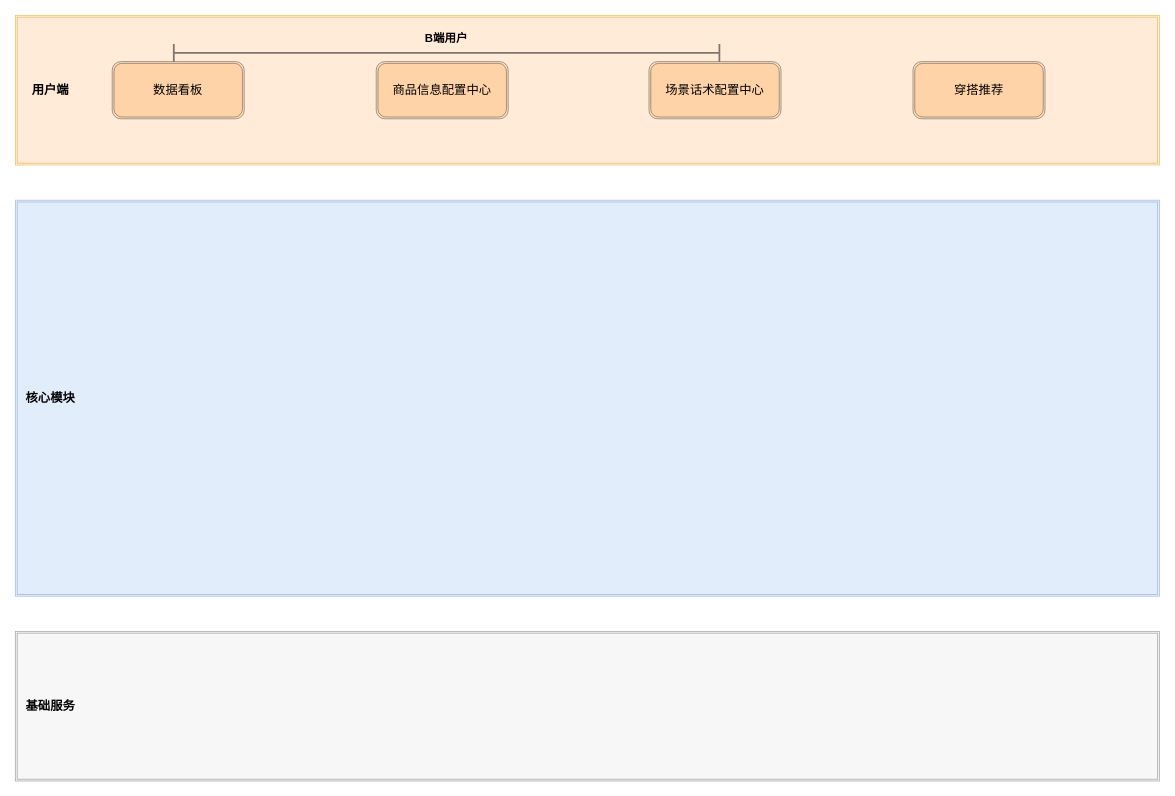
Before: leyan/推荐系统3.drawio in GeekKwok/UML, a draw.io diagram. Source tidied: cells renumbered, new cells numbered last; positions are measured from the earlier drawing's top-left corner, leaving out a move shared by most shapes. Both pictures are drawn from the tidied source at 88%, with x=0, y=0 at pixel (15, 15).
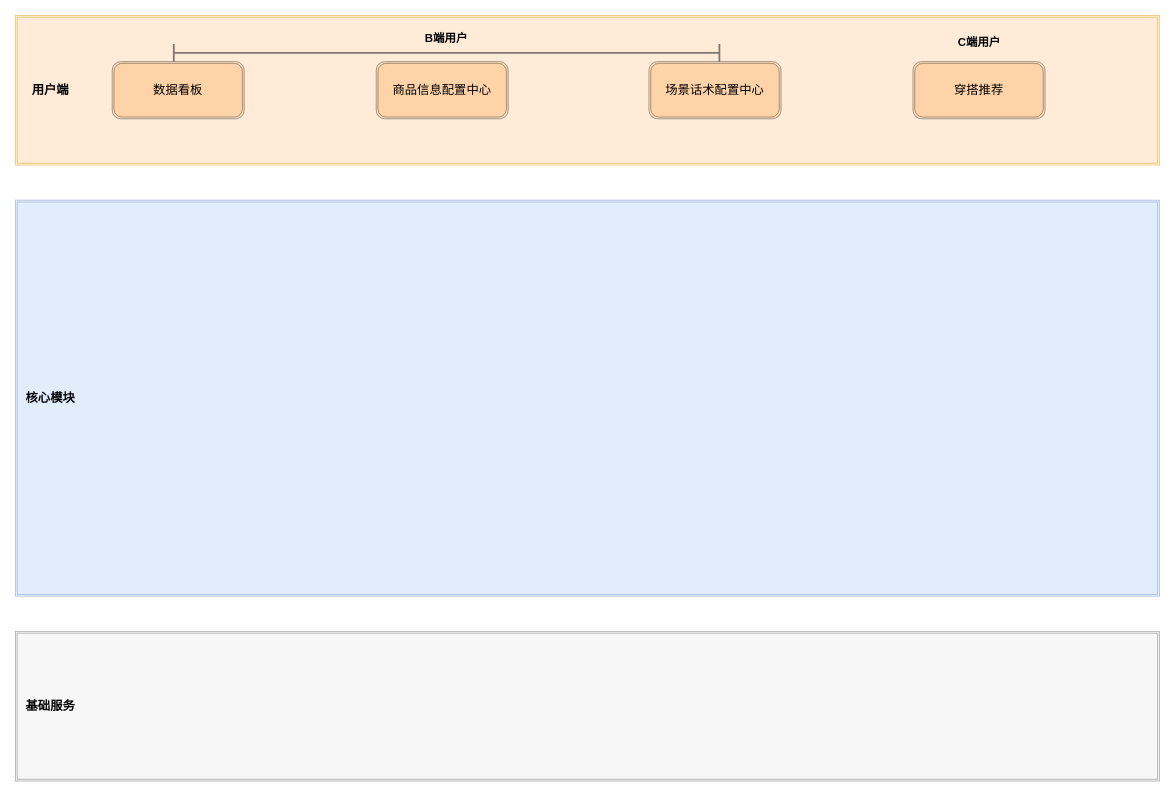
The same page after the edit.

Diff of the diagram source:
```diff
@@
 <mxGraphModel>
   <root>
     <mxCell id="0" />
     <mxCell id="1" parent="0" />
     <mxCell id="2" style="shape=ext;double=1;rounded=0;whiteSpace=wrap;html=1;fillColor=#ffe6cc;strokeColor=#d79b00;opacity=50;" parent="1" vertex="1">
       <mxGeometry width="1300" height="170" as="geometry" />
     </mxCell>
     <mxCell id="3" style="shape=ext;double=1;rounded=0;whiteSpace=wrap;html=1;fillColor=#dae8fc;strokeColor=#6c8ebf;opacity=50;" parent="1" vertex="1">
       <mxGeometry y="210" width="1300" height="450" as="geometry" />
     </mxCell>
     <mxCell id="4" style="shape=ext;double=1;rounded=0;whiteSpace=wrap;html=1;fillColor=#f5f5f5;strokeColor=#666666;opacity=50;fontColor=#333333;" parent="1" vertex="1">
       <mxGeometry y="700" width="1300" height="170" as="geometry" />
     </mxCell>
     <mxCell id="5" value="&lt;font style=&quot;font-size: 14px&quot;&gt;&lt;b&gt;用户端&lt;/b&gt;&lt;/font&gt;" style="text;html=1;strokeColor=none;fillColor=none;align=center;verticalAlign=middle;whiteSpace=wrap;rounded=0;opacity=50;" parent="1" vertex="1">
       <mxGeometry y="67.5" width="80" height="35" as="geometry" />
     </mxCell>
     <mxCell id="6" value="&lt;span style=&quot;font-size: 14px&quot;&gt;&lt;b&gt;核心模块&lt;/b&gt;&lt;/span&gt;" style="text;html=1;strokeColor=none;fillColor=none;align=center;verticalAlign=middle;whiteSpace=wrap;rounded=0;opacity=50;" parent="1" vertex="1">
       <mxGeometry y="417.5" width="80" height="35" as="geometry" />
     </mxCell>
     <mxCell id="7" value="&lt;font style=&quot;font-size: 14px&quot;&gt;&lt;b&gt;基础服务&lt;/b&gt;&lt;/font&gt;" style="text;html=1;strokeColor=none;fillColor=none;align=center;verticalAlign=middle;whiteSpace=wrap;rounded=0;opacity=50;" parent="1" vertex="1">
       <mxGeometry y="767.5" width="80" height="35" as="geometry" />
     </mxCell>
     <mxCell id="8" value="数据看板" style="shape=ext;double=1;rounded=1;whiteSpace=wrap;html=1;opacity=50;fillColor=#ffcc99;strokeColor=#36393d;fontSize=14;" parent="1" vertex="1">
       <mxGeometry x="110" y="52.5" width="150" height="65" as="geometry" />
     </mxCell>
     <mxCell id="9" value="商品信息配置中心" style="shape=ext;double=1;rounded=1;whiteSpace=wrap;html=1;opacity=50;fillColor=#ffcc99;strokeColor=#36393d;fontSize=14;" parent="1" vertex="1">
       <mxGeometry x="410" y="52.5" width="150" height="65" as="geometry" />
     </mxCell>
     <mxCell id="10" value="场景话术配置中心" style="shape=ext;double=1;rounded=1;whiteSpace=wrap;html=1;opacity=50;fillColor=#ffcc99;strokeColor=#36393d;fontSize=14;" parent="1" vertex="1">
       <mxGeometry x="720" y="52.5" width="150" height="65" as="geometry" />
     </mxCell>
     <mxCell id="11" value="穿搭推荐" style="shape=ext;double=1;rounded=1;whiteSpace=wrap;html=1;opacity=50;fillColor=#ffcc99;strokeColor=#36393d;fontSize=14;" parent="1" vertex="1">
       <mxGeometry x="1020" y="52.5" width="150" height="65" as="geometry" />
     </mxCell>
     <mxCell id="12" value="&lt;font style=&quot;font-size: 13px&quot;&gt;&lt;b&gt;B端用户&lt;br&gt;&lt;br&gt;&lt;/b&gt;&lt;/font&gt;&lt;br&gt;" style="shape=crossbar;whiteSpace=wrap;html=1;rounded=1;fontSize=14;opacity=50;strokeWidth=2;" parent="1" vertex="1">
       <mxGeometry x="180" y="32.5" width="620" height="20" as="geometry" />
     </mxCell>
+    <mxCell id="13" value="C端用户" style="text;html=1;strokeColor=none;fillColor=none;align=center;verticalAlign=middle;whiteSpace=wrap;rounded=0;fontSize=13;opacity=50;fontStyle=1;" parent="1" vertex="1">
+      <mxGeometry x="1067.5" y="20" width="55" height="20" as="geometry" />
+    </mxCell>
   </root>
 </mxGraphModel>
```
